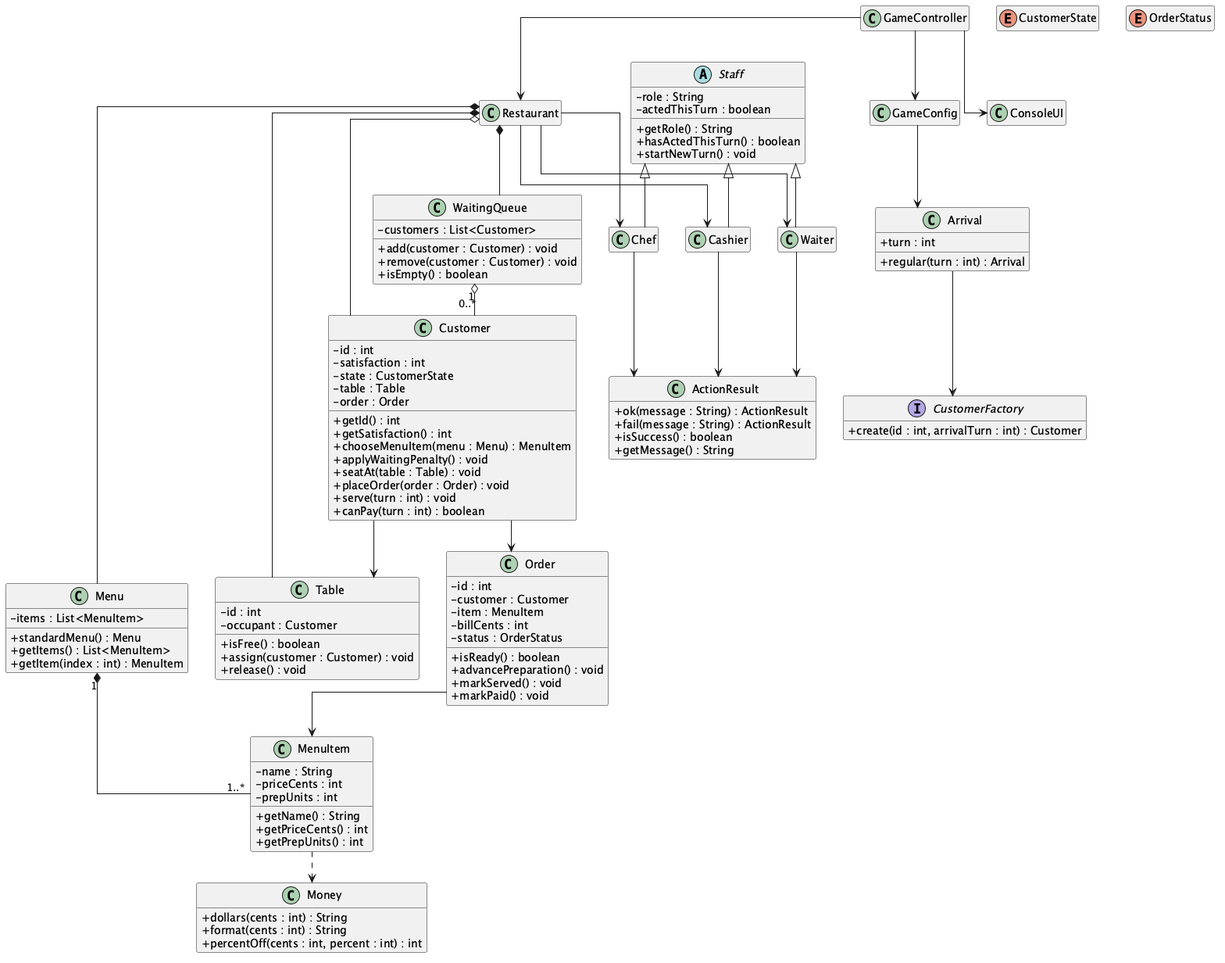
Above: docs/stage-1-class-diagram.png in Phoenix3108/restaurant-rush (PlantUML), before the change. Source of this version:
```plantuml
@startuml Stage1ClassDiagram

top to bottom direction
skinparam classAttributeIconSize 0
skinparam linetype ortho
skinparam nodesep 35
skinparam ranksep 40
hide empty members

class Customer {
    - id : int
    - satisfaction : int
    - state : CustomerState
    - table : Table
    - order : Order
    + getId() : int
    + getSatisfaction() : int
    + chooseMenuItem(menu : Menu) : MenuItem
    + applyWaitingPenalty() : void
    + seatAt(table : Table) : void
    + placeOrder(order : Order) : void
    + serve(turn : int) : void
    + canPay(turn : int) : boolean
}

enum CustomerState

class WaitingQueue {
    - customers : List<Customer>
    + add(customer : Customer) : void
    + remove(customer : Customer) : void
    + isEmpty() : boolean
}

class Table {
    - id : int
    - occupant : Customer
    + isFree() : boolean
    + assign(customer : Customer) : void
    + release() : void
}

class Menu {
    - items : List<MenuItem>
    + standardMenu() : Menu
    + getItems() : List<MenuItem>
    + getItem(index : int) : MenuItem
}

class MenuItem {
    - name : String
    - priceCents : int
    - prepUnits : int
    + getName() : String
    + getPriceCents() : int
    + getPrepUnits() : int
}

class Order {
    - id : int
    - customer : Customer
    - item : MenuItem
    - billCents : int
    - status : OrderStatus
    + isReady() : boolean
    + advancePreparation() : void
    + markServed() : void
    + markPaid() : void
}

enum OrderStatus

abstract class Staff {
    - role : String
    - actedThisTurn : boolean
    + getRole() : String
    + hasActedThisTurn() : boolean
    + startNewTurn() : void
}

class Waiter
class Chef
class Cashier

class Restaurant
class GameConfig
class GameController
class ConsoleUI
class Arrival {
    + turn : int
    + regular(turn : int) : Arrival
}
interface CustomerFactory {
    + create(id : int, arrivalTurn : int) : Customer
}
class ActionResult {
    + ok(message : String) : ActionResult
    + fail(message : String) : ActionResult
    + isSuccess() : boolean
    + getMessage() : String
}
class Money {
    + dollars(cents : int) : String
    + format(cents : int) : String
    + percentOff(cents : int, percent : int) : int
}

Staff <|-- Waiter
Staff <|-- Chef
Staff <|-- Cashier

Menu "1" *-- "1..*" MenuItem
WaitingQueue "1" o-- "0..*" Customer
Customer --> Table
Customer --> Order
Order --> MenuItem

Restaurant *-- Menu
Restaurant *-- WaitingQueue
Restaurant *-- Table
Restaurant o-- Customer
Restaurant --> Waiter
Restaurant --> Chef
Restaurant --> Cashier

GameController --> GameConfig
GameController --> Restaurant
GameController --> ConsoleUI
GameConfig --> Arrival
Arrival --> CustomerFactory
Waiter --> ActionResult
Chef --> ActionResult
Cashier --> ActionResult
MenuItem ..> Money

@enduml
```
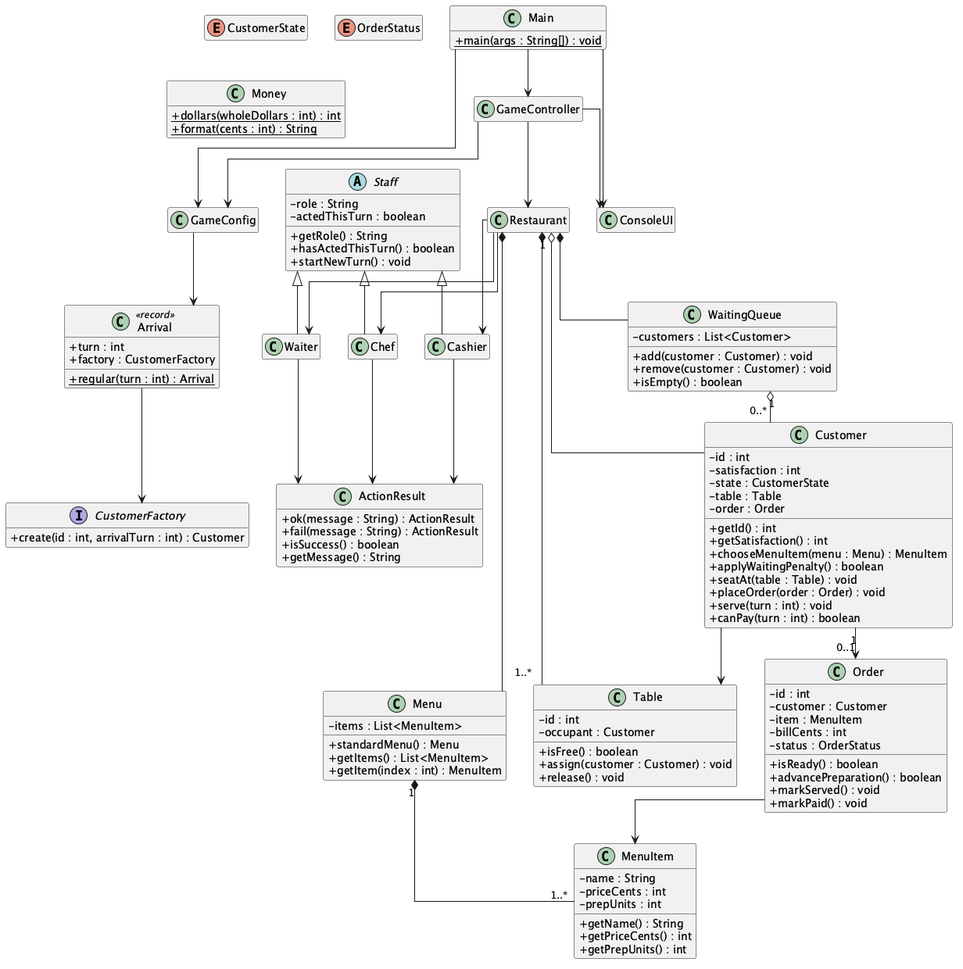
Above is the later version.

Commit message:
Update class diagram PNG exports

Diff of the diagram source:
```diff
@@ -16,7 +16,7 @@
     + getId() : int
     + getSatisfaction() : int
     + chooseMenuItem(menu : Menu) : MenuItem
-    + applyWaitingPenalty() : void
+    + applyWaitingPenalty() : boolean
     + seatAt(table : Table) : void
     + placeOrder(order : Order) : void
     + serve(turn : int) : void
@@ -63,7 +63,7 @@
     - billCents : int
     - status : OrderStatus
     + isReady() : boolean
-    + advancePreparation() : void
+    + advancePreparation() : boolean
     + markServed() : void
     + markPaid() : void
 }
@@ -85,11 +85,16 @@
 class Restaurant
 class GameConfig
 class GameController
+class Main {
+    {static} + main(args : String[]) : void
+}
 class ConsoleUI
-class Arrival {
+class Arrival <<record>> {
     + turn : int
-    + regular(turn : int) : Arrival
+    + factory : CustomerFactory
+    {static} + regular(turn : int) : Arrival
 }
+
 interface CustomerFactory {
     + create(id : int, arrivalTurn : int) : Customer
 }
@@ -100,9 +105,8 @@
     + getMessage() : String
 }
 class Money {
-    + dollars(cents : int) : String
-    + format(cents : int) : String
-    + percentOff(cents : int, percent : int) : int
+    {static} + dollars(wholeDollars : int) : int
+    {static} + format(cents : int) : String
 }
 
 Staff <|-- Waiter
@@ -112,12 +116,12 @@
 Menu "1" *-- "1..*" MenuItem
 WaitingQueue "1" o-- "0..*" Customer
 Customer --> Table
-Customer --> Order
+Customer "1" --> "0..1" Order
 Order --> MenuItem
 
 Restaurant *-- Menu
 Restaurant *-- WaitingQueue
-Restaurant *-- Table
+Restaurant "1" *-- "1..*" Table
 Restaurant o-- Customer
 Restaurant --> Waiter
 Restaurant --> Chef
@@ -131,6 +135,8 @@
 Waiter --> ActionResult
 Chef --> ActionResult
 Cashier --> ActionResult
-MenuItem ..> Money
+Main --> GameConfig
+Main --> GameController
+Main --> ConsoleUI
 
 @enduml
```
